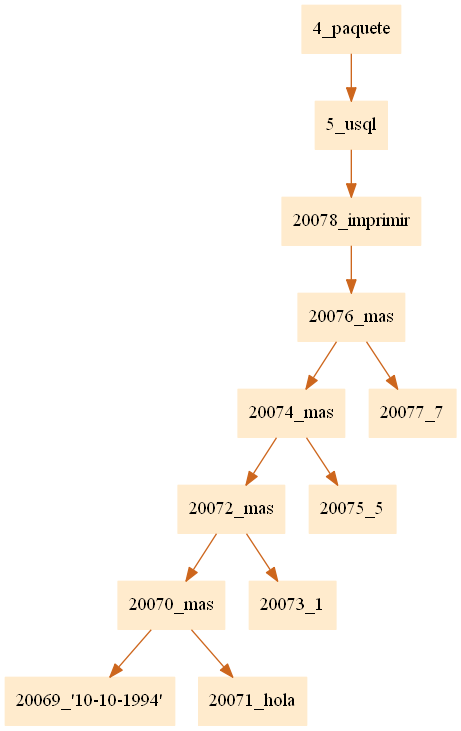
The Graphviz diagram pr1Compilarodores2/paquete.png in JamesMelgar/compi2javaccpr1, before a commit. Its source is kept beside it as pr1Compilarodores2/paquete.dot.
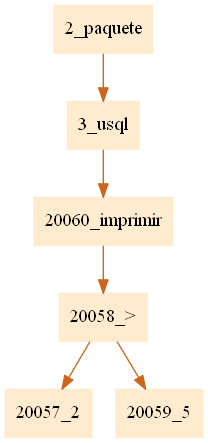
Later version of the same file.

Change to the diagram source:
```diff
@@ -1,5 +1,5 @@
 digraph G {node[shape=box, style=filled, color=blanchedalmond]; edge[color=chocolate3];rankdir=UD
 
-"4_paquete"->"5_usql""5_usql"->"20078_imprimir""20078_imprimir"->"20076_mas""20076_mas"->"20074_mas""20074_mas"->"20072_mas""20072_mas"->"20070_mas""20070_mas"->"20069_'10-10-1994'""20070_mas"->"20071_hola""20072_mas"->"20073_1""20074_mas"->"20075_5""20076_mas"->"20077_7"
+"2_paquete"->"3_usql""3_usql"->"20060_imprimir""20060_imprimir"->"20058_>""20058_>"->"20057_2""20058_>"->"20059_5"
 
 }
```
